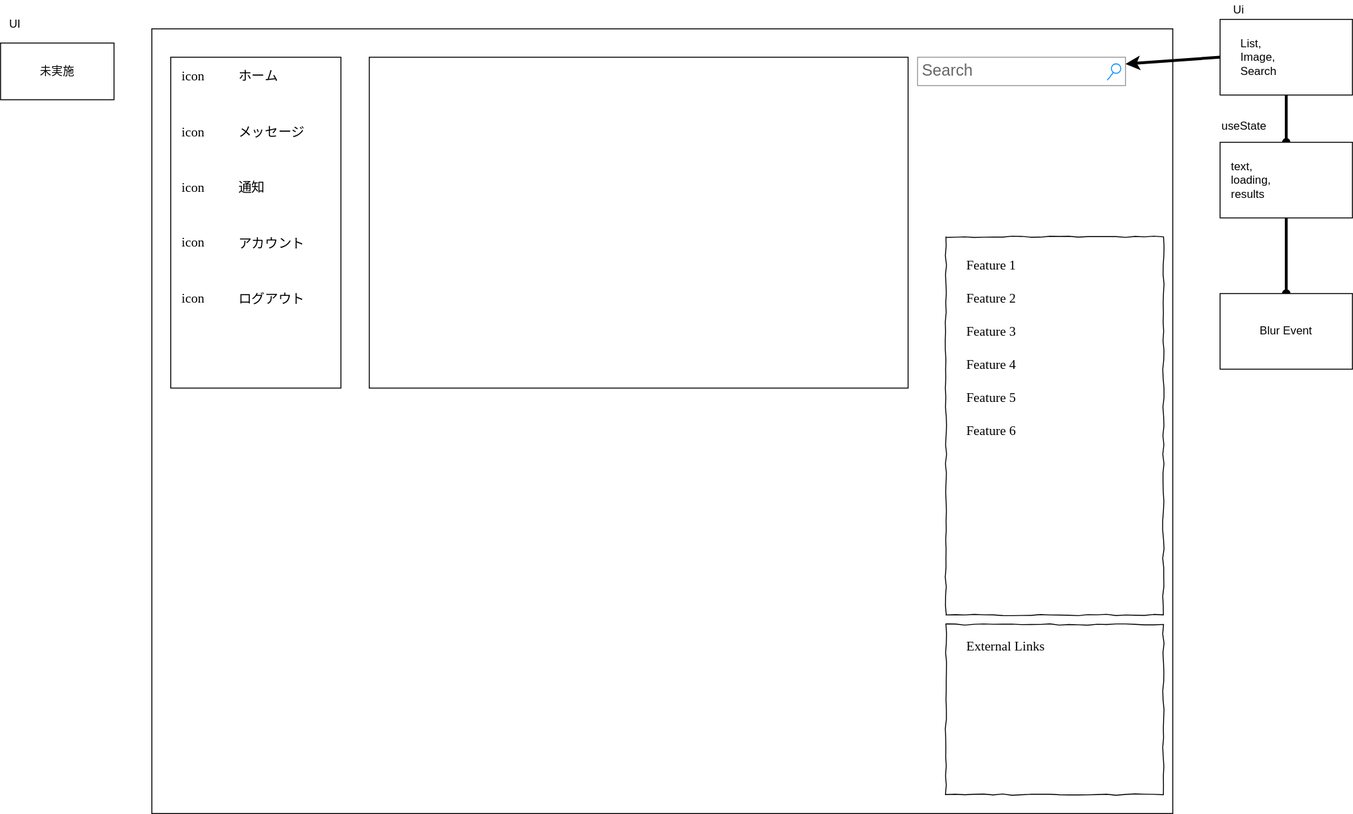
Above: next-semantic-ui-chat.svg in awsome-cats/next-semantic-ui-chatApp-design (draw.io), before the change. Source tidied: cells renumbered, new cells last; positions are measured from the earlier drawing's top-left corner, leaving out a move shared by most shapes.
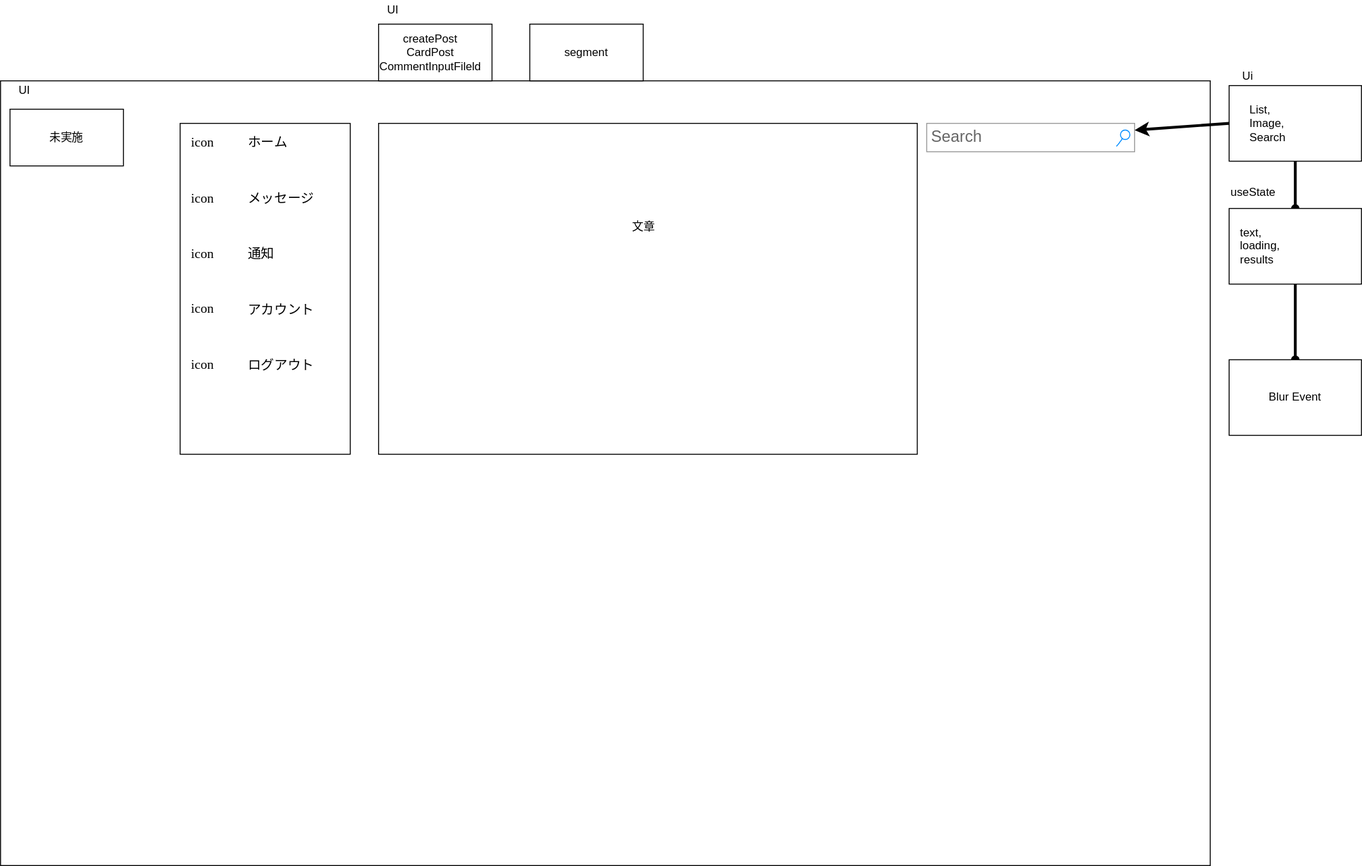
Later version of the same file.

Change to the diagram source:
```diff
@@ -3,17 +3,11 @@
     <mxCell id="0" />
     <mxCell id="1" parent="0" />
     <mxCell id="2" style="rounded=0;whiteSpace=wrap;html=1;" parent="1" vertex="1">
-      <mxGeometry x="160" y="30" width="1080" height="830" as="geometry" />
+      <mxGeometry x="-10" y="15" width="1280" height="830" as="geometry" />
     </mxCell>
     <mxCell id="3" value="Search" style="strokeWidth=1;shadow=0;dashed=0;align=center;html=1;shape=mxgraph.mockup.forms.searchBox;strokeColor=#999999;mainText=;strokeColor2=#008cff;fontColor=#666666;fontSize=17;align=left;spacingLeft=3;rounded=0;labelBackgroundColor=none;comic=1;" parent="1" vertex="1">
       <mxGeometry x="970" y="60" width="220" height="30" as="geometry" />
     </mxCell>
-    <mxCell id="4" style="whiteSpace=wrap;html=1;rounded=0;shadow=0;labelBackgroundColor=none;strokeWidth=1;fillColor=none;fontFamily=Verdana;fontSize=12;align=center;comic=1;" parent="1" vertex="1">
-      <mxGeometry x="1000" y="250" width="230" height="400" as="geometry" />
-    </mxCell>
-    <mxCell id="5" style="whiteSpace=wrap;html=1;rounded=0;shadow=0;labelBackgroundColor=none;strokeWidth=1;fillColor=none;fontFamily=Verdana;fontSize=12;align=center;comic=1;" parent="1" vertex="1">
-      <mxGeometry x="1000" y="660" width="230" height="180" as="geometry" />
-    </mxCell>
     <mxCell id="6" value="Section 1" style="text;html=1;align=left;verticalAlign=top;spacingTop=-4;fontSize=14;fontFamily=Verdana;" parent="1" vertex="1">
       <mxGeometry x="200" y="270" width="170" height="20" as="geometry" />
     </mxCell>
@@ -26,27 +20,6 @@
     <mxCell id="9" value="Section 4" style="text;html=1;align=left;verticalAlign=top;spacingTop=-4;fontSize=14;fontFamily=Verdana;" parent="1" vertex="1">
       <mxGeometry x="200" y="377" width="170" height="20" as="geometry" />
     </mxCell>
-    <mxCell id="10" value="External Links" style="text;html=1;align=left;verticalAlign=top;spacingTop=-4;fontSize=14;fontFamily=Verdana;" parent="1" vertex="1">
-      <mxGeometry x="1020" y="673" width="170" height="20" as="geometry" />
-    </mxCell>
-    <mxCell id="11" value="Feature 1" style="text;html=1;align=left;verticalAlign=top;spacingTop=-4;fontSize=14;fontFamily=Verdana;" parent="1" vertex="1">
-      <mxGeometry x="1020" y="270" width="170" height="20" as="geometry" />
-    </mxCell>
-    <mxCell id="12" value="Feature 2" style="text;html=1;align=left;verticalAlign=top;spacingTop=-4;fontSize=14;fontFamily=Verdana;" parent="1" vertex="1">
-      <mxGeometry x="1020" y="305" width="170" height="20" as="geometry" />
-    </mxCell>
-    <mxCell id="13" value="Feature 3" style="text;html=1;align=left;verticalAlign=top;spacingTop=-4;fontSize=14;fontFamily=Verdana;" parent="1" vertex="1">
-      <mxGeometry x="1020" y="340" width="170" height="20" as="geometry" />
-    </mxCell>
-    <mxCell id="14" value="Feature 4" style="text;html=1;align=left;verticalAlign=top;spacingTop=-4;fontSize=14;fontFamily=Verdana;" parent="1" vertex="1">
-      <mxGeometry x="1020" y="375" width="170" height="20" as="geometry" />
-    </mxCell>
-    <mxCell id="15" value="Feature 5" style="text;html=1;align=left;verticalAlign=top;spacingTop=-4;fontSize=14;fontFamily=Verdana;" parent="1" vertex="1">
-      <mxGeometry x="1020" y="410" width="170" height="20" as="geometry" />
-    </mxCell>
-    <mxCell id="16" value="Feature 6" style="text;html=1;align=left;verticalAlign=top;spacingTop=-4;fontSize=14;fontFamily=Verdana;" parent="1" vertex="1">
-      <mxGeometry x="1020" y="445" width="170" height="20" as="geometry" />
-    </mxCell>
     <mxCell id="17" style="rounded=0;whiteSpace=wrap;html=1;" parent="1" vertex="1">
       <mxGeometry x="180" y="60" width="180" height="350" as="geometry" />
     </mxCell>
@@ -130,5 +103,23 @@
     <mxCell id="43" value="UI" style="text;html=1;align=center;verticalAlign=middle;strokeColor=none;" parent="1" vertex="1">
       <mxGeometry y="15" width="30" height="20" as="geometry" />
     </mxCell>
+    <mxCell id="44" style="group;" parent="1" vertex="1">
+      <mxGeometry x="390" y="-70" width="120" height="85" as="geometry" />
+    </mxCell>
+    <mxCell id="45" style="rounded=0;whiteSpace=wrap;html=1;align=center;" parent="44" vertex="1">
+      <mxGeometry y="25" width="120" height="60" as="geometry" />
+    </mxCell>
+    <mxCell id="46" value="UI" style="text;html=1;align=center;verticalAlign=middle;strokeColor=none;" parent="44" vertex="1">
+      <mxGeometry width="30" height="20" as="geometry" />
+    </mxCell>
+    <mxCell id="47" value="createPost&lt;br&gt;CardPost&lt;br&gt;CommentInputFileld&lt;br&gt;" style="text;html=1;strokeColor=none;fillColor=none;align=center;verticalAlign=middle;whiteSpace=wrap;rounded=0;" parent="1" vertex="1">
+      <mxGeometry x="410" y="-40" width="70" height="50" as="geometry" />
+    </mxCell>
+    <mxCell id="48" value="segment" style="rounded=0;whiteSpace=wrap;html=1;" parent="1" vertex="1">
+      <mxGeometry x="550" y="-45" width="120" height="60" as="geometry" />
+    </mxCell>
+    <mxCell id="49" value="文章" style="text;html=1;align=center;verticalAlign=middle;strokeColor=none;" parent="1" vertex="1">
+      <mxGeometry x="650" y="160" width="40" height="20" as="geometry" />
+    </mxCell>
   </root>
 </mxGraphModel>
```
